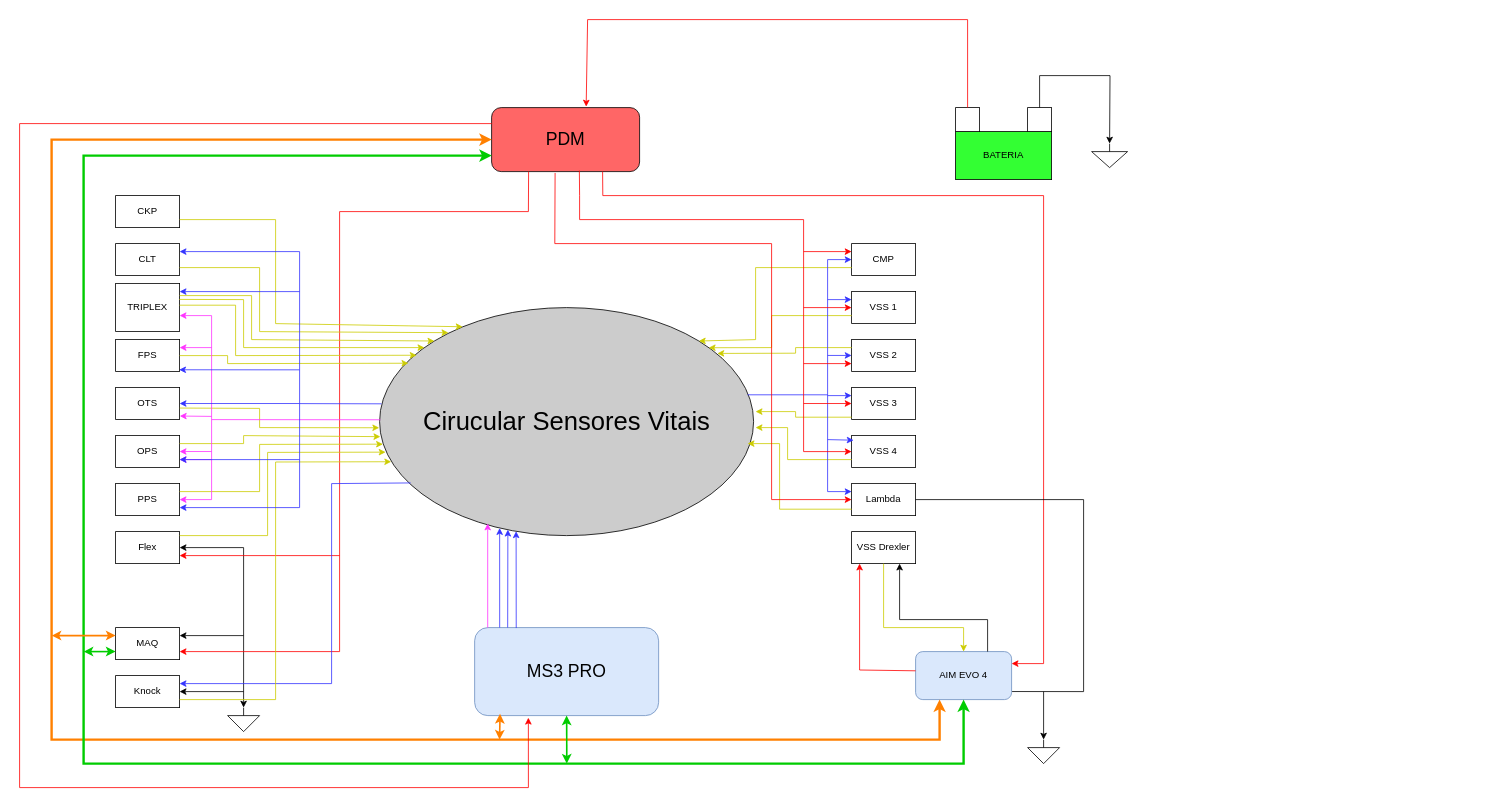
This is MalhaSensoresES-14.drawio from tutorres/FormulaMM, a draw.io file, before an edit. Source tidied: cells renumbered, new cells numbered last; positions are measured from the earlier drawing's top-left corner, leaving out a move shared by most shapes. Both pictures are drawn from the tidied source at 80%, with x=0, y=0 at pixel (19, 19).
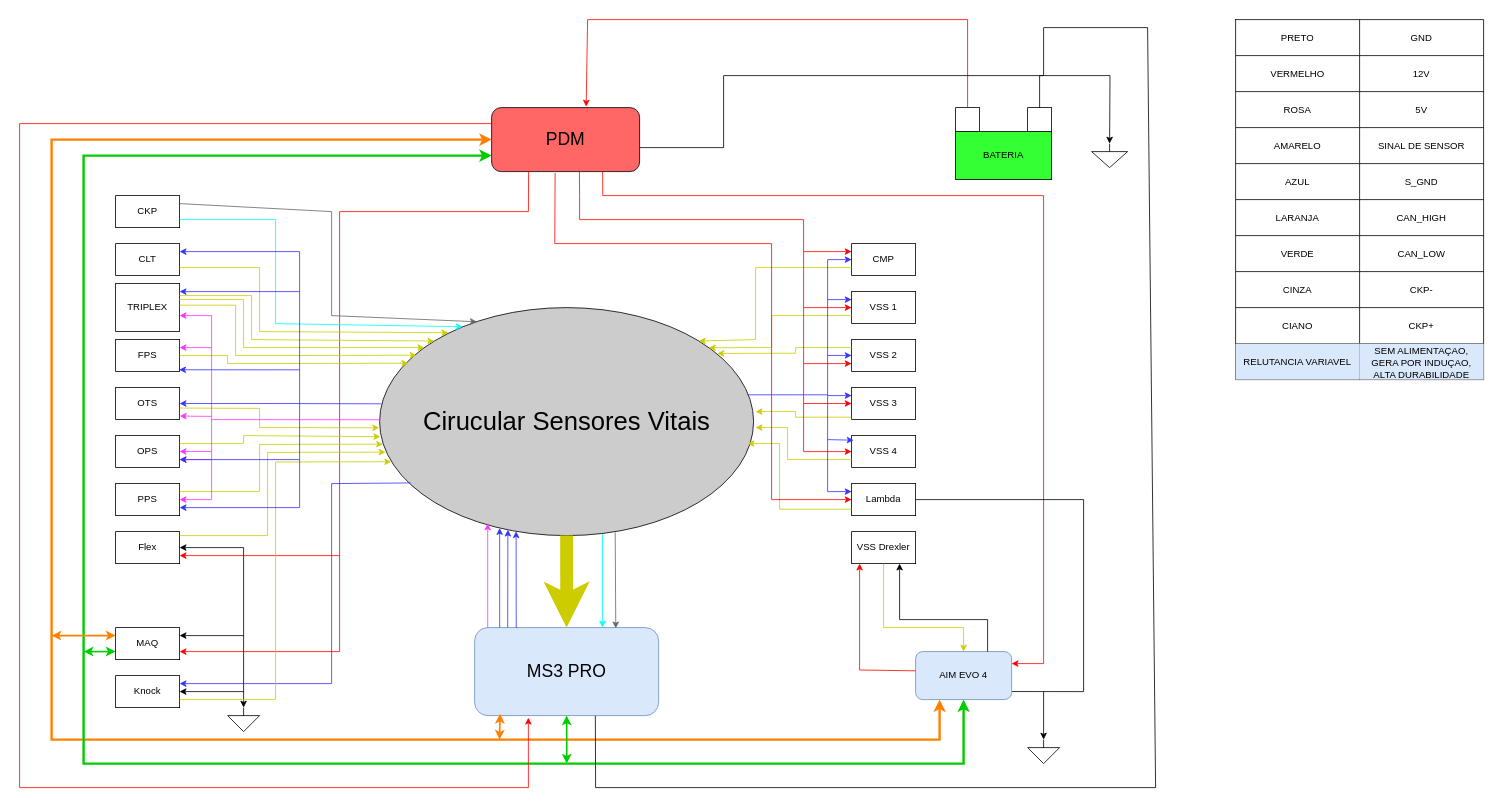
The same diagram, later.

Unchanged cells that the change refers to:
```xml
<mxCell id="10" value="&lt;font style=&quot;font-size: 22px;&quot;&gt;MS3 PRO&lt;/font&gt;" style="rounded=1;whiteSpace=wrap;html=1;fillColor=#dae8fc;strokeColor=#6c8ebf;" parent="1" vertex="1">
  <mxGeometry x="568.8" y="760" width="230" height="110" as="geometry" />
</mxCell>
<mxCell id="11" value="&lt;font style=&quot;font-size: 32px;&quot;&gt;Cirucular Sensores Vitais&lt;/font&gt;" style="ellipse;whiteSpace=wrap;html=1;fillColor=#CCCCCC;" parent="1" vertex="1">
  <mxGeometry x="450" y="360" width="467.5" height="285" as="geometry" />
</mxCell>
<mxCell id="12" value="CKP" style="rounded=0;whiteSpace=wrap;html=1;" parent="1" vertex="1">
  <mxGeometry x="120" y="220" width="80" height="40" as="geometry" />
</mxCell>
```

The edit, as a diff of the source:
```diff
@@
-    <mxCell id="53" style="endArrow=classic;html=1;rounded=0;exitX=1;exitY=0.75;exitDx=0;exitDy=0;entryX=0.222;entryY=0.084;entryDx=0;entryDy=0;entryPerimeter=0;strokeColor=#CCCC00;" parent="1" edge="1" source="12" target="11">
+    <mxCell id="53" style="endArrow=classic;html=1;rounded=0;exitX=1;exitY=0.75;exitDx=0;exitDy=0;entryX=0.222;entryY=0.084;entryDx=0;entryDy=0;entryPerimeter=0;strokeColor=#00FFFF;" parent="1" edge="1" source="12" target="11">
       <mxGeometry relative="1" as="geometry">
         <Array as="points">
           <mxPoint x="320" y="250" />
           <mxPoint x="320" y="380" />
         </Array>
       </mxGeometry>
     </mxCell>
@@
+    <mxCell id="106" style="endArrow=classic;html=1;rounded=0;exitX=0.5;exitY=1;exitDx=0;exitDy=0;entryX=0.5;entryY=0;entryDx=0;entryDy=0;strokeWidth=16;strokeColor=#CCCC00;" parent="1" edge="1" source="11" target="10">
+      <mxGeometry relative="1" as="geometry" />
+    </mxCell>
+    <mxCell id="107" style="endArrow=classic;html=1;rounded=0;exitX=1;exitY=0.25;exitDx=0;exitDy=0;entryX=0.26;entryY=0.062;entryDx=0;entryDy=0;entryPerimeter=0;strokeColor=#666666;" parent="1" edge="1" source="12" target="11">
+      <mxGeometry relative="1" as="geometry">
+        <Array as="points">
+          <mxPoint x="390" y="240" />
+          <mxPoint x="390" y="370" />
+        </Array>
+      </mxGeometry>
+    </mxCell>
+    <mxCell id="108" style="shape=table;startSize=0;childLayout=tableLayout;" parent="1" vertex="1">
+      <mxGeometry x="1520" width="310" height="450" as="geometry" />
+    </mxCell>
+    <mxCell id="109" style="shape=tableRow;horizontal=0;startSize=0;swimlaneHead=0;swimlaneBody=0;strokeColor=inherit;top=0;left=0;bottom=0;right=0;fillColor=none;" parent="108" vertex="1">
+      <mxGeometry width="310" height="45" as="geometry" />
+    </mxCell>
+    <mxCell id="110" value="PRETO" style="shape=partialRectangle;html=1;whiteSpace=wrap;strokeColor=inherit;overflow=hidden;fillColor=none;top=0;left=0;bottom=0;right=0;" parent="109" vertex="1">
+      <mxGeometry width="155" height="45" as="geometry" />
+    </mxCell>
+    <mxCell id="111" value="GND" style="shape=partialRectangle;html=1;whiteSpace=wrap;strokeColor=inherit;overflow=hidden;fillColor=none;top=0;left=0;bottom=0;right=0;" parent="109" vertex="1">
+      <mxGeometry x="155" width="155" height="45" as="geometry" />
+    </mxCell>
+    <mxCell id="112" style="shape=tableRow;horizontal=0;startSize=0;swimlaneHead=0;swimlaneBody=0;strokeColor=inherit;top=0;left=0;bottom=0;right=0;fillColor=none;" parent="108" vertex="1">
+      <mxGeometry y="45" width="310" height="45" as="geometry" />
+    </mxCell>
+    <mxCell id="113" value="VERMELHO" style="shape=partialRectangle;html=1;whiteSpace=wrap;strokeColor=inherit;overflow=hidden;fillColor=none;top=0;left=0;bottom=0;right=0;" parent="112" vertex="1">
+      <mxGeometry width="155" height="45" as="geometry" />
+    </mxCell>
+    <mxCell id="114" value="12V" style="shape=partialRectangle;html=1;whiteSpace=wrap;strokeColor=inherit;overflow=hidden;fillColor=none;top=0;left=0;bottom=0;right=0;" parent="112" vertex="1">
+      <mxGeometry x="155" width="155" height="45" as="geometry" />
+    </mxCell>
+    <mxCell id="115" style="shape=tableRow;horizontal=0;startSize=0;swimlaneHead=0;swimlaneBody=0;strokeColor=inherit;top=0;left=0;bottom=0;right=0;fillColor=none;" parent="108" vertex="1">
+      <mxGeometry y="90" width="310" height="45" as="geometry" />
+    </mxCell>
+    <mxCell id="116" value="ROSA" style="shape=partialRectangle;html=1;whiteSpace=wrap;strokeColor=inherit;overflow=hidden;fillColor=none;top=0;left=0;bottom=0;right=0;" parent="115" vertex="1">
+      <mxGeometry width="155" height="45" as="geometry" />
+    </mxCell>
+    <mxCell id="117" value="5V" style="shape=partialRectangle;html=1;whiteSpace=wrap;strokeColor=inherit;overflow=hidden;fillColor=none;top=0;left=0;bottom=0;right=0;" parent="115" vertex="1">
+      <mxGeometry x="155" width="155" height="45" as="geometry" />
+    </mxCell>
+    <mxCell id="118" style="shape=tableRow;horizontal=0;startSize=0;swimlaneHead=0;swimlaneBody=0;strokeColor=inherit;top=0;left=0;bottom=0;right=0;fillColor=none;" parent="108" vertex="1">
+      <mxGeometry y="135" width="310" height="45" as="geometry" />
+    </mxCell>
+    <mxCell id="119" value="AMARELO" style="shape=partialRectangle;html=1;whiteSpace=wrap;strokeColor=inherit;overflow=hidden;fillColor=none;top=0;left=0;bottom=0;right=0;" parent="118" vertex="1">
+      <mxGeometry width="155" height="45" as="geometry" />
+    </mxCell>
+    <mxCell id="120" value="SINAL DE SENSOR" style="shape=partialRectangle;html=1;whiteSpace=wrap;strokeColor=inherit;overflow=hidden;fillColor=none;top=0;left=0;bottom=0;right=0;" parent="118" vertex="1">
+      <mxGeometry x="155" width="155" height="45" as="geometry" />
+    </mxCell>
+    <mxCell id="121" style="shape=tableRow;horizontal=0;startSize=0;swimlaneHead=0;swimlaneBody=0;strokeColor=inherit;top=0;left=0;bottom=0;right=0;fillColor=none;" parent="108" vertex="1">
+      <mxGeometry y="180" width="310" height="45" as="geometry" />
+    </mxCell>
+    <mxCell id="122" value="AZUL" style="shape=partialRectangle;html=1;whiteSpace=wrap;strokeColor=inherit;overflow=hidden;fillColor=none;top=0;left=0;bottom=0;right=0;" parent="121" vertex="1">
+      <mxGeometry width="155" height="45" as="geometry" />
+    </mxCell>
+    <mxCell id="123" value="S_GND" style="shape=partialRectangle;html=1;whiteSpace=wrap;strokeColor=inherit;overflow=hidden;fillColor=none;top=0;left=0;bottom=0;right=0;" parent="121" vertex="1">
+      <mxGeometry x="155" width="155" height="45" as="geometry" />
+    </mxCell>
+    <mxCell id="124" style="shape=tableRow;horizontal=0;startSize=0;swimlaneHead=0;swimlaneBody=0;strokeColor=inherit;top=0;left=0;bottom=0;right=0;fillColor=none;" parent="108" vertex="1">
+      <mxGeometry y="225" width="310" height="45" as="geometry" />
+    </mxCell>
+    <mxCell id="125" value="LARANJA" style="shape=partialRectangle;html=1;whiteSpace=wrap;strokeColor=inherit;overflow=hidden;fillColor=none;top=0;left=0;bottom=0;right=0;" parent="124" vertex="1">
+      <mxGeometry width="155" height="45" as="geometry" />
+    </mxCell>
+    <mxCell id="126" value="CAN_HIGH" style="shape=partialRectangle;html=1;whiteSpace=wrap;strokeColor=inherit;overflow=hidden;fillColor=none;top=0;left=0;bottom=0;right=0;" parent="124" vertex="1">
+      <mxGeometry x="155" width="155" height="45" as="geometry" />
+    </mxCell>
+    <mxCell id="127" style="shape=tableRow;horizontal=0;startSize=0;swimlaneHead=0;swimlaneBody=0;strokeColor=inherit;top=0;left=0;bottom=0;right=0;fillColor=none;" parent="108" vertex="1">
+      <mxGeometry y="270" width="310" height="45" as="geometry" />
+    </mxCell>
+    <mxCell id="128" value="VERDE" style="shape=partialRectangle;html=1;whiteSpace=wrap;strokeColor=inherit;overflow=hidden;fillColor=none;top=0;left=0;bottom=0;right=0;" parent="127" vertex="1">
+      <mxGeometry width="155" height="45" as="geometry" />
+    </mxCell>
+    <mxCell id="129" value="CAN_LOW" style="shape=partialRectangle;html=1;whiteSpace=wrap;strokeColor=inherit;overflow=hidden;fillColor=none;top=0;left=0;bottom=0;right=0;" parent="127" vertex="1">
+      <mxGeometry x="155" width="155" height="45" as="geometry" />
+    </mxCell>
+    <mxCell id="130" style="shape=tableRow;horizontal=0;startSize=0;swimlaneHead=0;swimlaneBody=0;strokeColor=inherit;top=0;left=0;bottom=0;right=0;fillColor=none;" parent="108" vertex="1">
+      <mxGeometry y="315" width="310" height="45" as="geometry" />
+    </mxCell>
+    <mxCell id="131" value="CINZA" style="shape=partialRectangle;html=1;whiteSpace=wrap;strokeColor=inherit;overflow=hidden;fillColor=none;top=0;left=0;bottom=0;right=0;" parent="130" vertex="1">
+      <mxGeometry width="155" height="45" as="geometry" />
+    </mxCell>
+    <mxCell id="132" value="CKP-" style="shape=partialRectangle;html=1;whiteSpace=wrap;strokeColor=inherit;overflow=hidden;fillColor=none;top=0;left=0;bottom=0;right=0;" parent="130" vertex="1">
+      <mxGeometry x="155" width="155" height="45" as="geometry" />
+    </mxCell>
+    <mxCell id="133" style="shape=tableRow;horizontal=0;startSize=0;swimlaneHead=0;swimlaneBody=0;strokeColor=inherit;top=0;left=0;bottom=0;right=0;fillColor=none;" parent="108" vertex="1">
+      <mxGeometry y="360" width="310" height="45" as="geometry" />
+    </mxCell>
+    <mxCell id="134" value="CIANO" style="shape=partialRectangle;html=1;whiteSpace=wrap;strokeColor=inherit;overflow=hidden;fillColor=none;top=0;left=0;bottom=0;right=0;" parent="133" vertex="1">
+      <mxGeometry width="155" height="45" as="geometry" />
+    </mxCell>
+    <mxCell id="135" value="CKP+" style="shape=partialRectangle;html=1;whiteSpace=wrap;strokeColor=inherit;overflow=hidden;fillColor=none;top=0;left=0;bottom=0;right=0;" parent="133" vertex="1">
+      <mxGeometry x="155" width="155" height="45" as="geometry" />
+    </mxCell>
+    <mxCell id="136" style="shape=tableRow;horizontal=0;startSize=0;swimlaneHead=0;swimlaneBody=0;strokeColor=inherit;top=0;left=0;bottom=0;right=0;fillColor=none;" parent="108" vertex="1">
+      <mxGeometry y="405" width="310" height="45" as="geometry" />
+    </mxCell>
+    <mxCell id="137" value="RELUTANCIA VARIAVEL" style="shape=partialRectangle;html=1;whiteSpace=wrap;strokeColor=#6c8ebf;overflow=hidden;fillColor=#dae8fc;top=0;left=0;bottom=0;right=0;" parent="136" vertex="1">
+      <mxGeometry width="155" height="45" as="geometry" />
+    </mxCell>
+    <mxCell id="138" value="SEM ALIMENTAÇAO, GERA POR INDUÇAO, ALTA DURABILIDADE" style="shape=partialRectangle;html=1;whiteSpace=wrap;strokeColor=#6c8ebf;overflow=hidden;fillColor=#dae8fc;top=0;left=0;bottom=0;right=0;" parent="136" vertex="1">
+      <mxGeometry x="155" width="155" height="45" as="geometry" />
+    </mxCell>
+    <mxCell id="139" style="endArrow=classic;html=1;rounded=0;exitX=0.596;exitY=0.994;exitDx=0;exitDy=0;exitPerimeter=0;entryX=0.695;entryY=0;entryDx=0;entryDy=0;entryPerimeter=0;strokeColor=#00FFFF;" parent="1" edge="1" source="11" target="10">
+      <mxGeometry relative="1" as="geometry" />
+    </mxCell>
+    <mxCell id="140" style="endArrow=classic;html=1;rounded=0;exitX=0.63;exitY=0.986;exitDx=0;exitDy=0;exitPerimeter=0;entryX=0.767;entryY=0.009;entryDx=0;entryDy=0;entryPerimeter=0;strokeColor=#666666;" parent="1" edge="1" source="11" target="10">
+      <mxGeometry relative="1" as="geometry" />
+    </mxCell>
+    <mxCell id="141" style="endArrow=none;html=1;rounded=0;exitX=0.656;exitY=1.002;exitDx=0;exitDy=0;exitPerimeter=0;" parent="1" edge="1" source="10">
+      <mxGeometry relative="1" as="geometry">
+        <mxPoint x="1280" y="70" as="targetPoint" />
+        <Array as="points">
+          <mxPoint x="720" y="960" />
+          <mxPoint x="1420" y="960" />
+          <mxPoint x="1410" y="10" />
+          <mxPoint x="1280" y="10" />
+        </Array>
+      </mxGeometry>
+    </mxCell>
+    <mxCell id="142" style="endArrow=none;html=1;rounded=0;" parent="1" edge="1">
+      <mxGeometry relative="1" as="geometry">
+        <mxPoint x="775" y="160" as="sourcePoint" />
+        <mxPoint x="1280" y="70" as="targetPoint" />
+        <Array as="points">
+          <mxPoint x="880" y="160" />
+          <mxPoint x="880" y="70" />
+        </Array>
+      </mxGeometry>
+    </mxCell>
```
